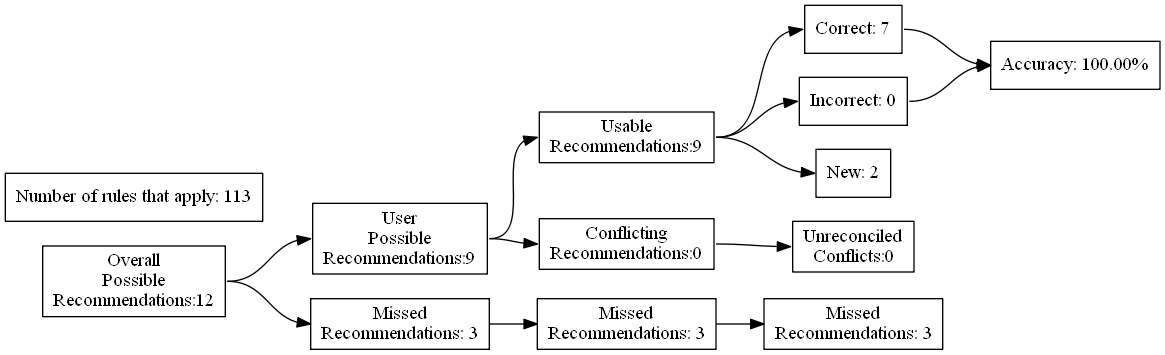
ZaxR/ibd_diet_analysis keeps this Graphviz diagram as test_renders/1.gv.png. Above is the earlier version. Its source is kept beside it as test_renders/1.gv.
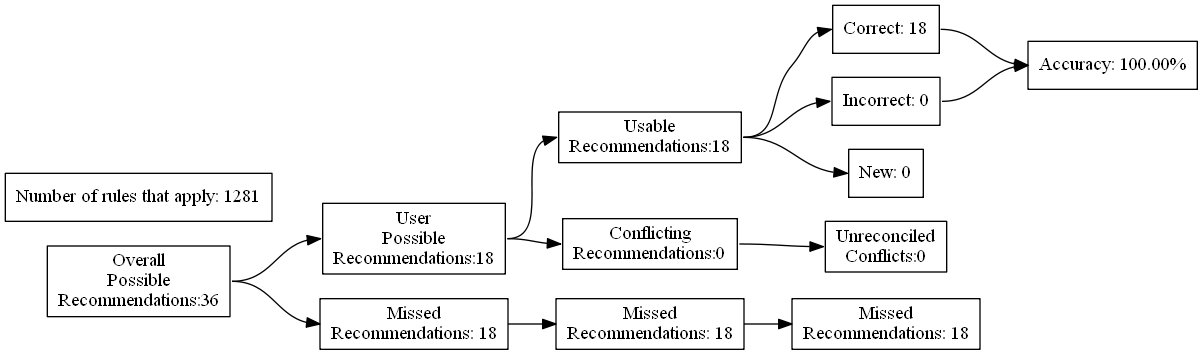
After the change.

The edit, as a diff of the source:
```diff
@@ -4,27 +4,27 @@
 	edge [headport=w tailport=e]
 		A [label="Overall
 Possible
-Recommendations:12"]
+Recommendations:36"]
 		B [label="User
 Possible
-Recommendations:9"]
+Recommendations:18"]
 		C [label="Missed
-Recommendations: 3"]
+Recommendations: 18"]
 		D [label="Usable
-Recommendations:9"]
+Recommendations:18"]
 		E [label="Conflicting
 Recommendations:0"]
 		J [label="Missed
-Recommendations: 3"]
+Recommendations: 18"]
 		M [label="Unreconciled
 Conflicts:0"]
-		F [label="Correct: 7"]
+		F [label="Correct: 18"]
 		G [label="Incorrect: 0"]
-		H [label="New: 2"]
+		H [label="New: 0"]
 		K [label="Missed
-Recommendations: 3"]
+Recommendations: 18"]
 		I [label="Accuracy: 100.00%"]
-		l [label="Number of rules that apply: 113"]
+		l [label="Number of rules that apply: 1281"]
 			A -> B
 			A -> C
 			B -> D
```
